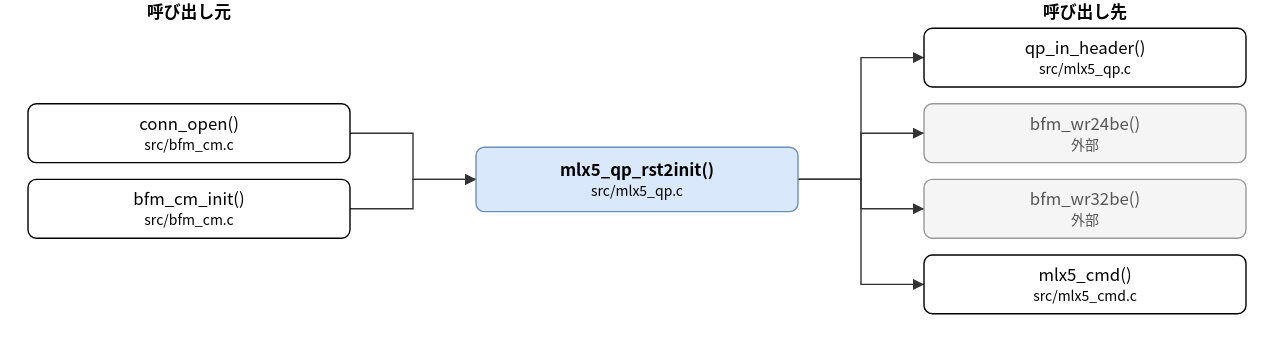
Earlier version of the draw.io export doc/spec/images/call_src_mlx5_qp-mlx5_qp_rst2init.drawio.svg (hf355051012-ai/bfmem). Source tidied: cells renumbered, new cells last; positions are measured from the earlier drawing's top-left corner, leaving out a move shared by most shapes.
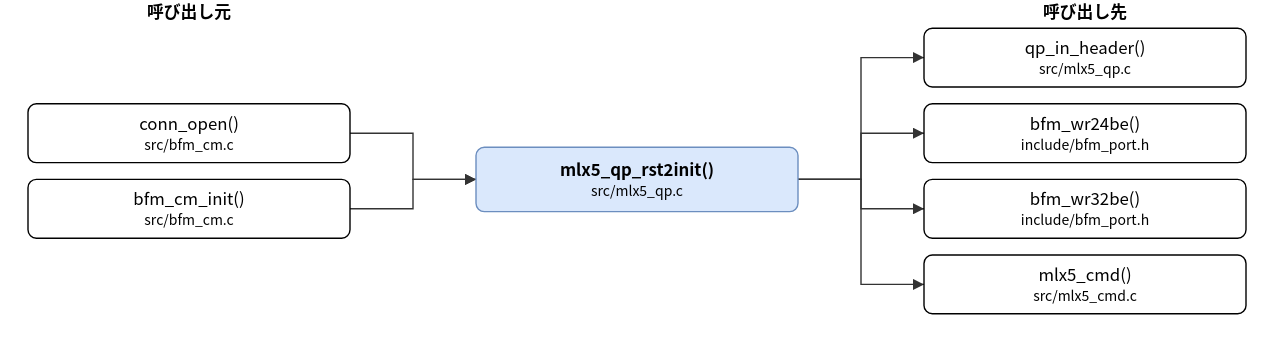
Later version of the same file.

The edit, as a diff of the source:
```diff
@@ -14,10 +14,10 @@
     <mxCell id="5" value="qp_in_header()&lt;br&gt;&lt;font style=&quot;font-size:10px&quot;&gt;src/mlx5_qp.c&lt;/font&gt;" style="rounded=1;whiteSpace=wrap;html=1;" parent="1" vertex="1">
       <mxGeometry x="640" y="20" width="230" height="42" as="geometry" />
     </mxCell>
-    <mxCell id="6" value="bfm_wr24be()&lt;br&gt;&lt;font style=&quot;font-size:10px&quot;&gt;外部&lt;/font&gt;" style="rounded=1;whiteSpace=wrap;html=1;fillColor=#f5f5f5;strokeColor=#999999;fontColor=#555555;" parent="1" vertex="1">
+    <mxCell id="6" value="bfm_wr24be()&lt;br&gt;&lt;font style=&quot;font-size:10px&quot;&gt;include/bfm_port.h&lt;/font&gt;" style="rounded=1;whiteSpace=wrap;html=1;" parent="1" vertex="1">
       <mxGeometry x="640" y="74" width="230" height="42" as="geometry" />
     </mxCell>
-    <mxCell id="7" value="bfm_wr32be()&lt;br&gt;&lt;font style=&quot;font-size:10px&quot;&gt;外部&lt;/font&gt;" style="rounded=1;whiteSpace=wrap;html=1;fillColor=#f5f5f5;strokeColor=#999999;fontColor=#555555;" parent="1" vertex="1">
+    <mxCell id="7" value="bfm_wr32be()&lt;br&gt;&lt;font style=&quot;font-size:10px&quot;&gt;include/bfm_port.h&lt;/font&gt;" style="rounded=1;whiteSpace=wrap;html=1;" parent="1" vertex="1">
       <mxGeometry x="640" y="128" width="230" height="42" as="geometry" />
     </mxCell>
     <mxCell id="8" value="mlx5_cmd()&lt;br&gt;&lt;font style=&quot;font-size:10px&quot;&gt;src/mlx5_cmd.c&lt;/font&gt;" style="rounded=1;whiteSpace=wrap;html=1;" parent="1" vertex="1">
```
